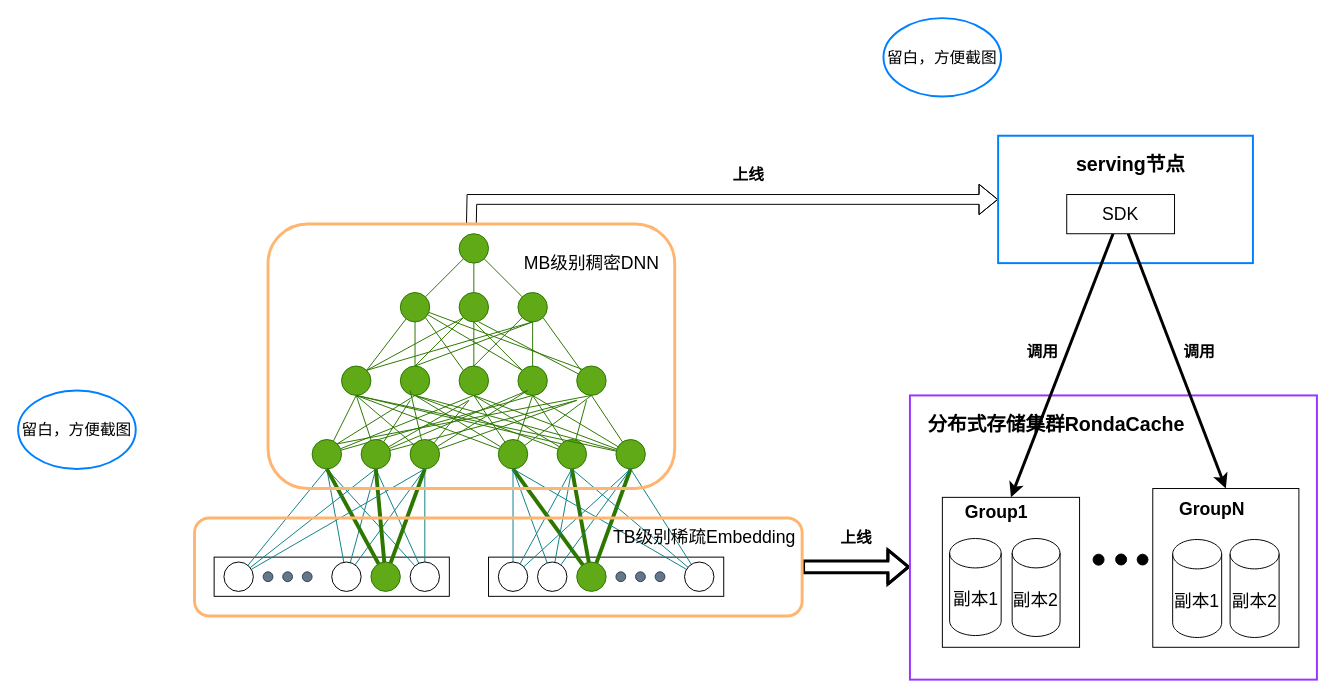
Earlier version of the draw.io diagram 无量serving存储架构图.drawio (111qqz/2018FALL). Source tidied: cells renumbered, new cells numbered last; positions are measured from the earlier drawing's top-left corner, leaving out a move shared by most shapes. Both pictures are drawn from the tidied source at 98%, with x=0, y=0 at pixel (18, 18).
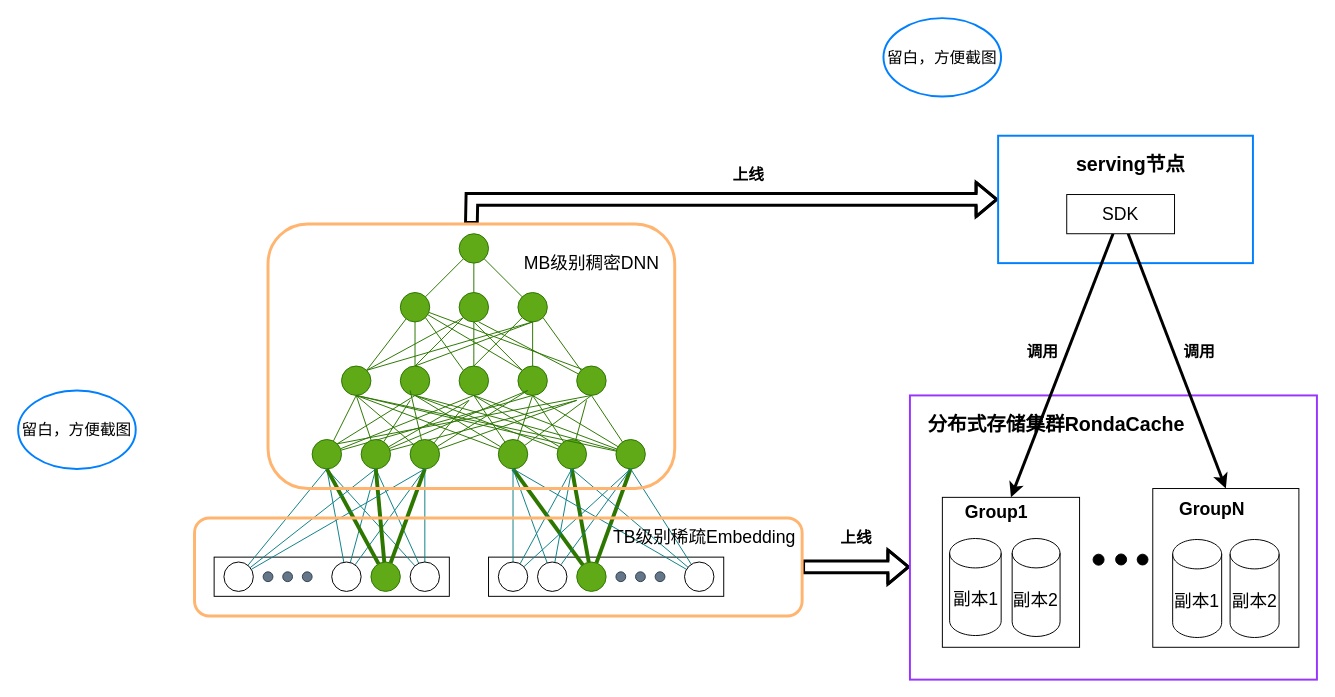
The same page after the edit.

Commit message:
统一线条粗细

The change refers to these unchanged cells:
```xml
<mxCell id="108" style="rounded=1;whiteSpace=wrap;html=1;strokeColor=#FFB570;strokeWidth=3;fillColor=none;" parent="1" vertex="1">
  <mxGeometry x="255" y="210" width="415" height="270" as="geometry" />
</mxCell>
<mxCell id="114" style="rounded=0;whiteSpace=wrap;html=1;strokeWidth=2;strokeColor=#007FFF;" parent="1" vertex="1">
  <mxGeometry x="1000" y="120" width="260" height="130" as="geometry" />
</mxCell>
```

The edit, as a diff of the source:
```diff
@@
-    <mxCell id="107" style="edgeStyle=elbowEdgeStyle;rounded=0;jettySize=auto;html=1;exitX=0.5;exitY=0;exitDx=0;exitDy=0;entryX=0;entryY=0.5;entryDx=0;entryDy=0;shape=flexArrow;" parent="1" edge="1" source="108" target="114">
+    <mxCell id="107" style="edgeStyle=elbowEdgeStyle;rounded=0;jettySize=auto;html=1;exitX=0.5;exitY=0;exitDx=0;exitDy=0;entryX=0;entryY=0.5;entryDx=0;entryDy=0;shape=flexArrow;strokeWidth=3;" parent="1" edge="1" source="108" target="114">
       <mxGeometry relative="1" as="geometry">
         <Array as="points">
           <mxPoint x="463" y="190" />
         </Array>
       </mxGeometry>
     </mxCell>
```
